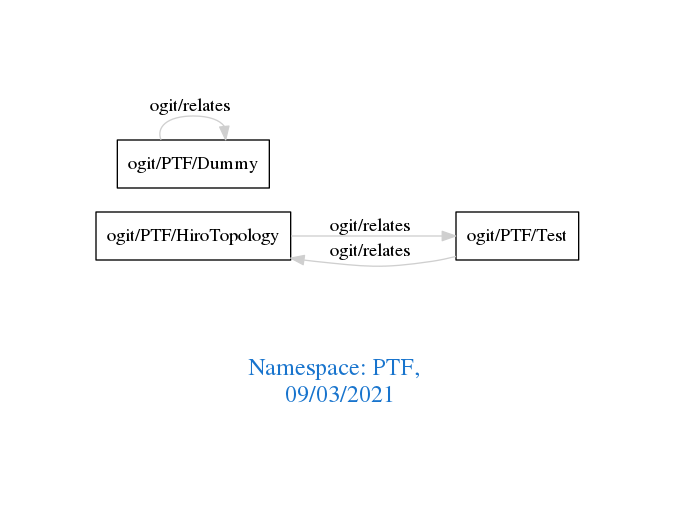
arago/OGIT keeps this Graphviz diagram as downloads/PTF.png. Above is the earlier version. Its source is kept beside it as downloads/PTF.dot. Source of this version:
```dot
digraph OGIT_ontology {
 graph [ rankdir= LR,pad=1
fontsize = 18,
fontcolor= dodgerblue3,label = "\n\n\nNamespace: PTF, \n 09/03/2021"];
node[shape=polygon];
edge [  color="gray81"];

   "ogit/PTF/HiroTopology" -> "ogit/PTF/Test" [label="   ogit/relates    "];
   "ogit/PTF/Test" -> "ogit/PTF/HiroTopology" [label="   ogit/relates    "];
   "ogit/PTF/Dummy" -> "ogit/PTF/Dummy" [label="   ogit/relates    "];
}
```
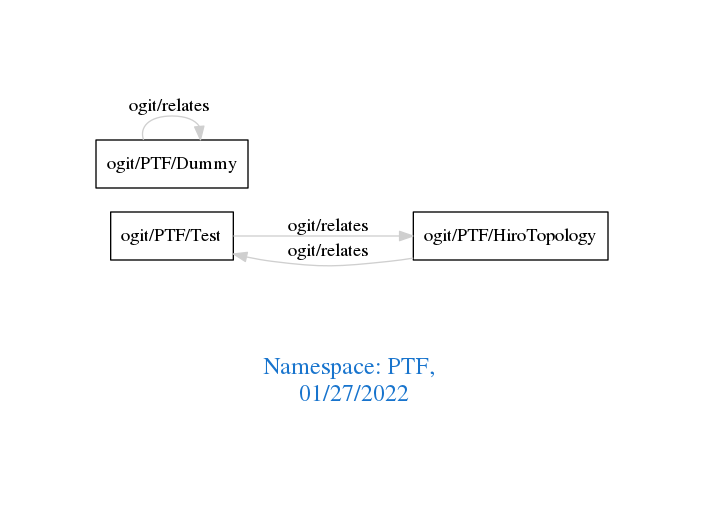
Later version of the same file.

The edit, as a diff of the source:
```diff
@@ -1,11 +1,11 @@
 digraph OGIT_ontology {
  graph [ rankdir= LR,pad=1
 fontsize = 18,
-fontcolor= dodgerblue3,label = "\n\n\nNamespace: PTF, \n 09/03/2021"];
+fontcolor= dodgerblue3,label = "\n\n\nNamespace: PTF, \n 01/27/2022"];
 node[shape=polygon];
 edge [  color="gray81"];
 
+   "ogit/PTF/Test" -> "ogit/PTF/HiroTopology" [label="   ogit/relates    "];
    "ogit/PTF/HiroTopology" -> "ogit/PTF/Test" [label="   ogit/relates    "];
-   "ogit/PTF/Test" -> "ogit/PTF/HiroTopology" [label="   ogit/relates    "];
    "ogit/PTF/Dummy" -> "ogit/PTF/Dummy" [label="   ogit/relates    "];
 }
```
